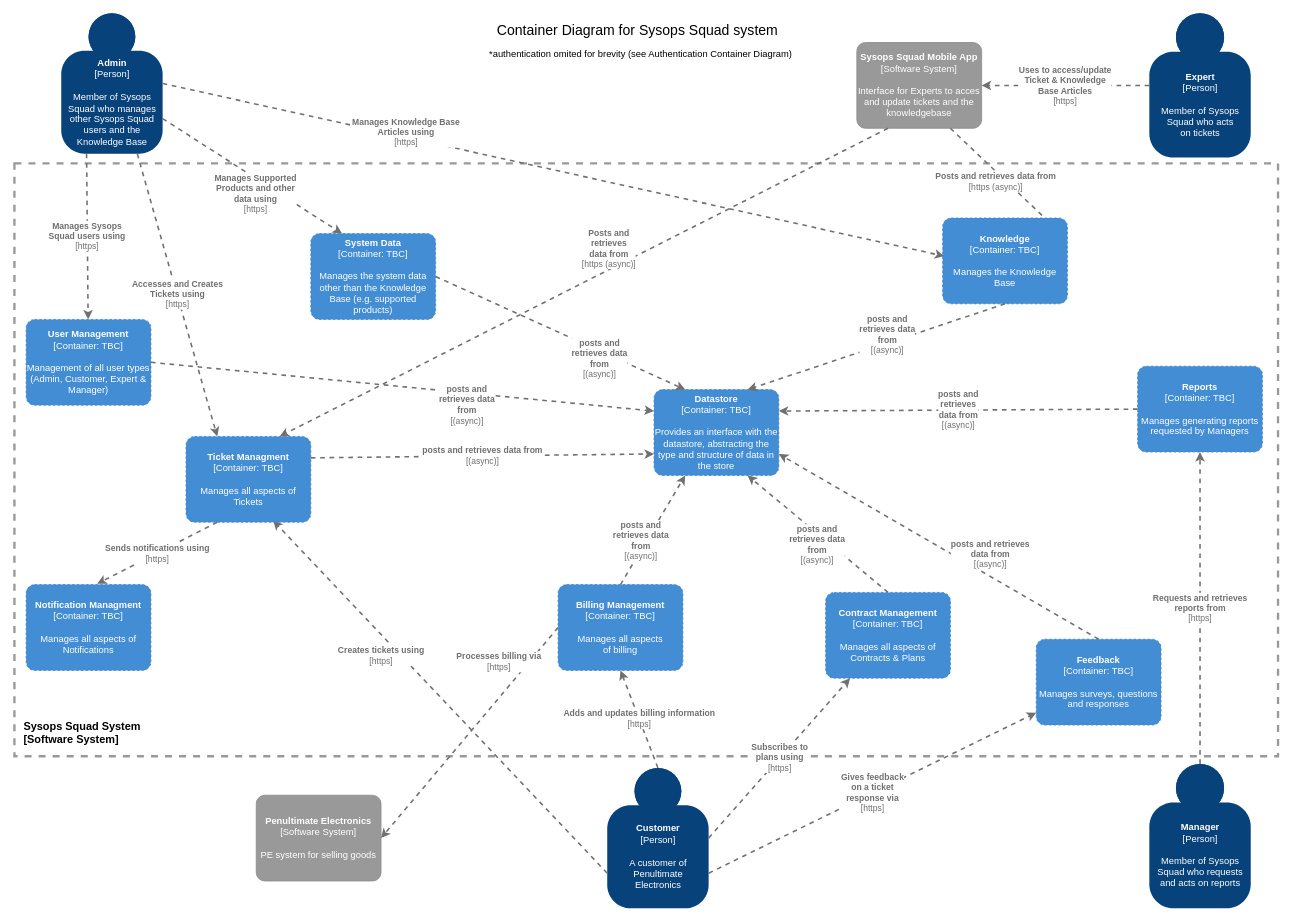
Before: 3.ViewsAndPerspectives/infrastructure/images/ContainerDiagram.drawio in tekiegirl/TheMadKatas, a draw.io diagram. Source tidied: cells renumbered, new cells numbered last; positions are measured from the earlier drawing's top-left corner, leaving out a move shared by most shapes. Both pictures are drawn from the tidied source at 78%, with x=0, y=0 at pixel (14, 13).
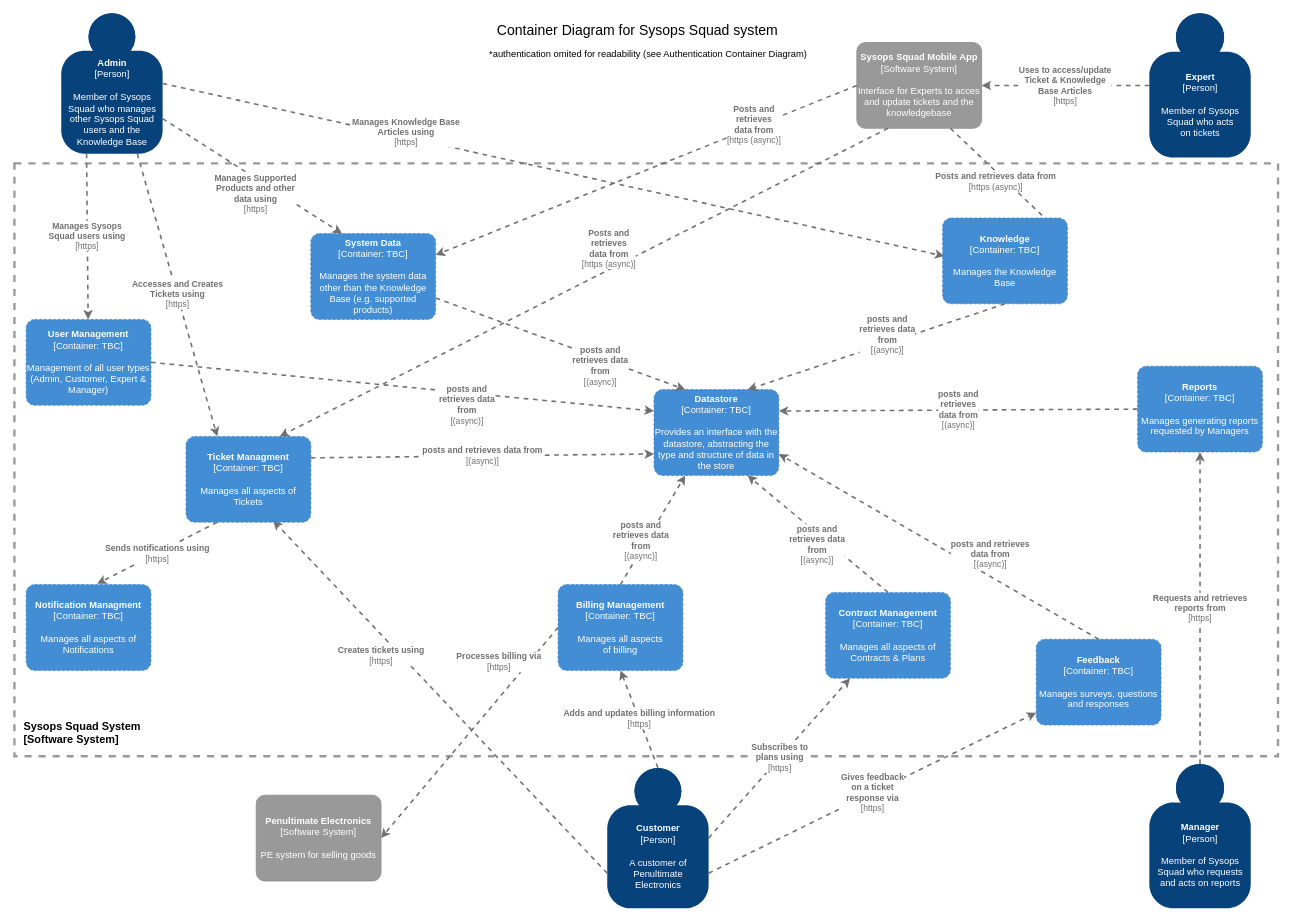
The same page after the edit.

Commit message (it also covers changes not shown here):
Update container diagram to show expert updating data

The change refers to these unchanged cells:
```xml
<object id="4" label="&lt;b&gt;%c4Name%&lt;/b&gt;&lt;div&gt;[%c4Type%]&lt;/div&gt;&lt;br&gt;&lt;div&gt;%c4Description%&lt;/div&gt;" c4Description="Interface for Experts to acces and update tickets and the knowledgebase" c4Name="Sysops Squad Mobile App" c4Type="Software System" placeholders="1">
  <mxCell style="rounded=1;whiteSpace=wrap;html=1;labelBackgroundColor=none;fillColor=#999999;fontColor=#ffffff;align=center;arcSize=10;strokeColor=#8A8A8A;metaData={&quot;c4Type&quot;:{&quot;editable&quot;:false}};points=[[0.25,0,0],[0.5,0,0],[0.75,0,0],[1,0.25,0],[1,0.5,0],[1,0.75,0],[0.75,1,0],[0.5,1,0],[0.25,1,0],[0,0.75,0],[0,0.5,0],[0,0.25,0]];" parent="1" vertex="1">
    <mxGeometry x="1080" y="37" width="160" height="110" as="geometry" />
  </mxCell>
</object>
<object id="24" label="&lt;b&gt;%c4Name%&lt;/b&gt;&lt;div&gt;[%c4Type%: %c4Technology%]&lt;/div&gt;&lt;br&gt;&lt;div&gt;%c4Description%&lt;/div&gt;" c4Description="Manages the system data other than the Knowledge Base (e.g. supported products)" c4Name="System Data" c4Technology="TBC" c4Type="Container" placeholders="1">
  <mxCell style="rounded=1;whiteSpace=wrap;html=1;labelBackgroundColor=none;fillColor=#438DD5;fontColor=#ffffff;align=center;arcSize=10;strokeColor=#3C7FC0;metaData={&quot;c4Type&quot;:{&quot;editable&quot;:false}};points=[[0.25,0,0],[0.5,0,0],[0.75,0,0],[1,0.25,0],[1,0.5,0],[1,0.75,0],[0.75,1,0],[0.5,1,0],[0.25,1,0],[0,0.75,0],[0,0.5,0],[0,0.25,0]];dashed=1;" parent="1" vertex="1">
    <mxGeometry x="380" y="282" width="160" height="110" as="geometry" />
  </mxCell>
</object>
<object id="26" label="&lt;b&gt;%c4Name%&lt;/b&gt;&lt;div&gt;[%c4Type%: %c4Technology%]&lt;/div&gt;&lt;br&gt;&lt;div&gt;%c4Description%&lt;/div&gt;" c4Description="Provides an interface with the datastore, abstracting the type and structure of data in the store" c4Name="Datastore" c4Technology="TBC" c4Type="Container" placeholders="1">
  <mxCell style="rounded=1;whiteSpace=wrap;html=1;labelBackgroundColor=none;fillColor=#438DD5;fontColor=#ffffff;align=center;arcSize=10;strokeColor=#3C7FC0;metaData={&quot;c4Type&quot;:{&quot;editable&quot;:false}};points=[[0.25,0,0],[0.5,0,0],[0.75,0,0],[1,0.25,0],[1,0.5,0],[1,0.75,0],[0.75,1,0],[0.5,1,0],[0.25,1,0],[0,0.75,0],[0,0.5,0],[0,0.25,0]];dashed=1;" parent="1" vertex="1">
    <mxGeometry x="820" y="482" width="160" height="110" as="geometry" />
  </mxCell>
</object>
```

Change to the diagram source:
```diff
@@
     <object id="33" label="&lt;div style=&quot;text-align: left&quot;&gt;&lt;div style=&quot;text-align: center&quot;&gt;&lt;b&gt;%c4Description%&lt;/b&gt;&lt;/div&gt;&lt;div style=&quot;text-align: center&quot;&gt;[%c4Technology%]&lt;/div&gt;&lt;/div&gt;" c4Description="posts and &#10;retrieves data &#10;from" c4Technology="(async)" placeholders="1">
-      <mxCell style="edgeStyle=none;rounded=0;html=1;entryX=0.25;entryY=0;jettySize=auto;strokeColor=#707070;strokeWidth=2;fontColor=#707070;jumpStyle=none;dashed=1;metaData={&quot;c4Type&quot;:{&quot;editable&quot;:false}};exitX=1;exitY=0.5;exitDx=0;exitDy=0;exitPerimeter=0;entryDx=0;entryDy=0;entryPerimeter=0;" parent="1" edge="1" source="24" target="26">
+      <mxCell style="edgeStyle=none;rounded=0;html=1;entryX=0.25;entryY=0;jettySize=auto;strokeColor=#707070;strokeWidth=2;fontColor=#707070;jumpStyle=none;dashed=1;metaData={&quot;c4Type&quot;:{&quot;editable&quot;:false}};exitX=1;exitY=0.75;exitDx=0;exitDy=0;exitPerimeter=0;entryDx=0;entryDy=0;entryPerimeter=0;" parent="1" edge="1" source="24" target="26">
         <mxGeometry x="0.34" y="-9" relative="1" as="geometry" />
       </mxCell>
     </object>
@@
-    <mxCell id="43" value="&lt;font style=&quot;font-size: 12px&quot;&gt;*authentication omited for brevity (see Authentication Container Diagram)&lt;/font&gt;" style="text;html=1;align=left;verticalAlign=middle;" parent="1" vertex="1">
-      <mxGeometry x="607" y="42" width="400" height="20" as="geometry" />
+    <mxCell id="43" value="&lt;font style=&quot;font-size: 12px&quot;&gt;*authentication omited for readability (see Authentication Container Diagram)&lt;/font&gt;" style="text;html=1;align=left;verticalAlign=middle;" parent="1" vertex="1">
+      <mxGeometry x="607" y="42" width="420" height="20" as="geometry" />
     </mxCell>
+    <object id="44" label="&lt;div style=&quot;text-align: left&quot;&gt;&lt;div style=&quot;text-align: center&quot;&gt;&lt;b&gt;%c4Description%&lt;/b&gt;&lt;/div&gt;&lt;div style=&quot;text-align: center&quot;&gt;[%c4Technology%]&lt;/div&gt;&lt;/div&gt;" c4Description="Posts and &#10;retrieves &#10;data from" c4Technology="https (async)" placeholders="1">
+      <mxCell style="edgeStyle=none;rounded=0;html=1;jettySize=auto;strokeColor=#707070;strokeWidth=2;fontColor=#707070;jumpStyle=none;dashed=1;metaData={&quot;c4Type&quot;:{&quot;editable&quot;:false}};exitX=0;exitY=0.5;exitDx=0;exitDy=0;exitPerimeter=0;entryX=1;entryY=0.25;entryDx=0;entryDy=0;entryPerimeter=0;" parent="1" edge="1" source="4" target="24">
+        <mxGeometry x="-0.52" y="-2" relative="1" as="geometry">
+          <mxPoint x="-1" as="offset" />
+        </mxGeometry>
+      </mxCell>
+    </object>
```
